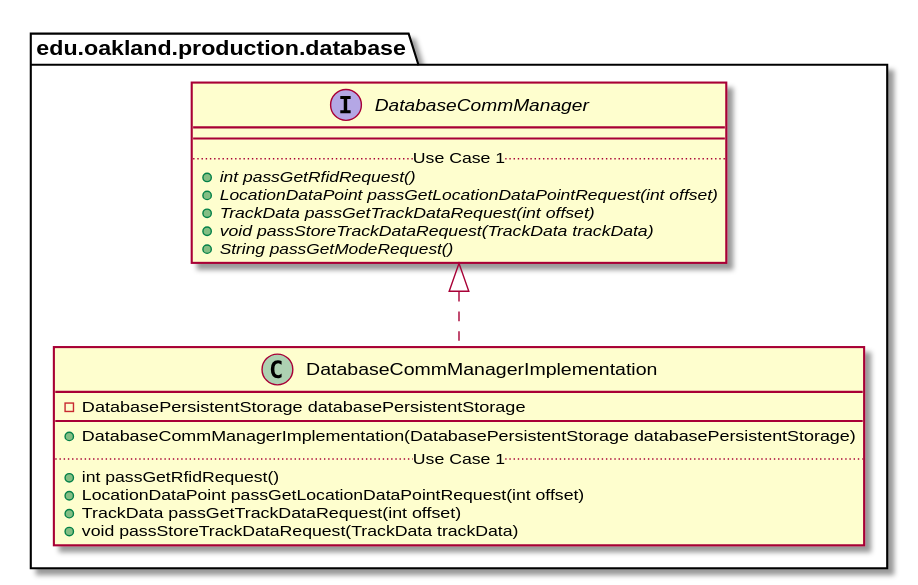
Before: docs/uml-class-diagrams/database/production/DatabaseCommManagerImplementation/DatabaseCommManagerImplementation_DirectDependencies.svg, a diagram exported from PlantUML (andrewdimmer/csi-3370-software-project).
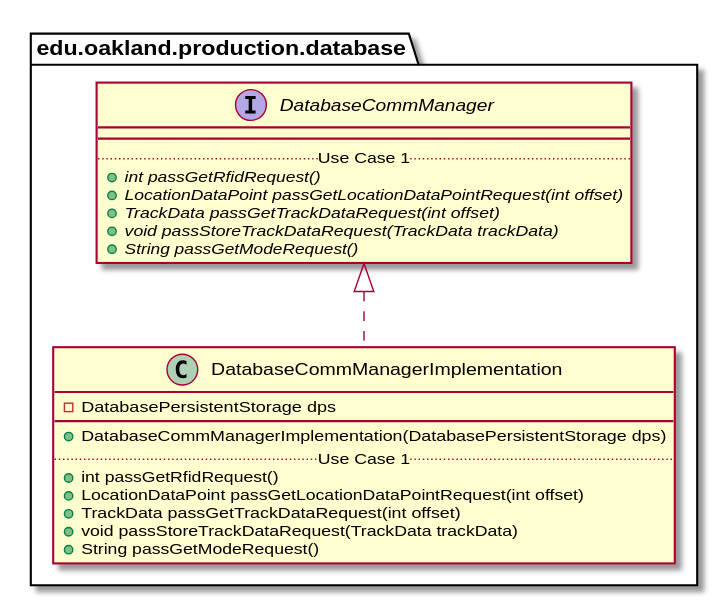
After the commit.

The edit, as a diff of the source:
```diff
@@ -3,14 +3,15 @@
 
 package edu.oakland.production.database {
     class DatabaseCommManagerImplementation {
-        - DatabasePersistentStorage databasePersistentStorage
+        - DatabasePersistentStorage dps
         __
-        + DatabaseCommManagerImplementation(DatabasePersistentStorage databasePersistentStorage)
+        + DatabaseCommManagerImplementation(DatabasePersistentStorage dps)
         .. Use Case 1 ..
         + int passGetRfidRequest()
         + LocationDataPoint passGetLocationDataPointRequest(int offset)
         + TrackData passGetTrackDataRequest(int offset)
         + void passStoreTrackDataRequest(TrackData trackData)
+        + String passGetModeRequest()
     }
 }
 
```
